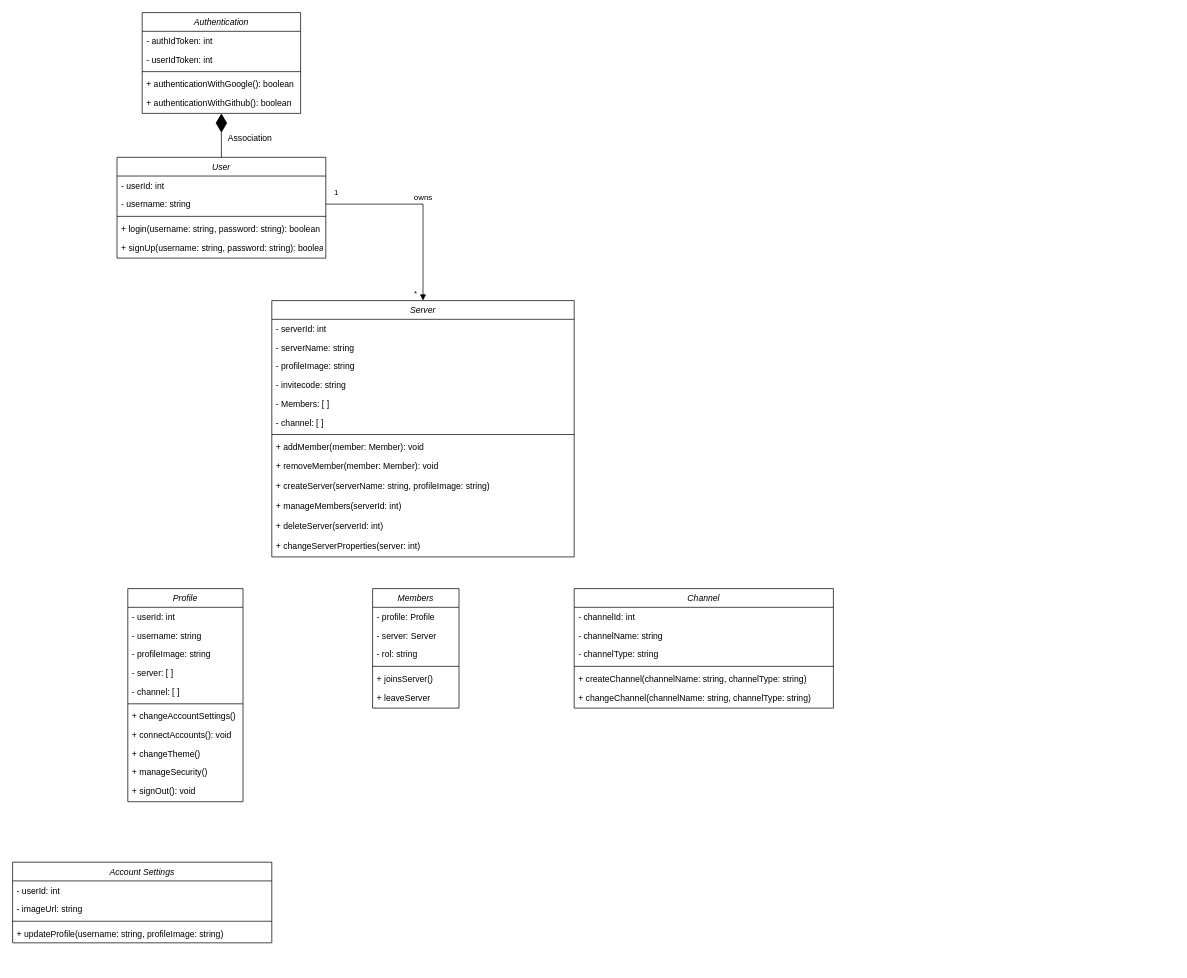
This is Class Diagram.drawio from Harshul1484/BMP-, a draw.io file, before an edit. Source tidied: cells renumbered, new cells numbered last; positions are measured from the earlier drawing's top-left corner, leaving out a move shared by most shapes. Both pictures are drawn from the tidied source at 72%, with x=0, y=0 at pixel (12, 12).
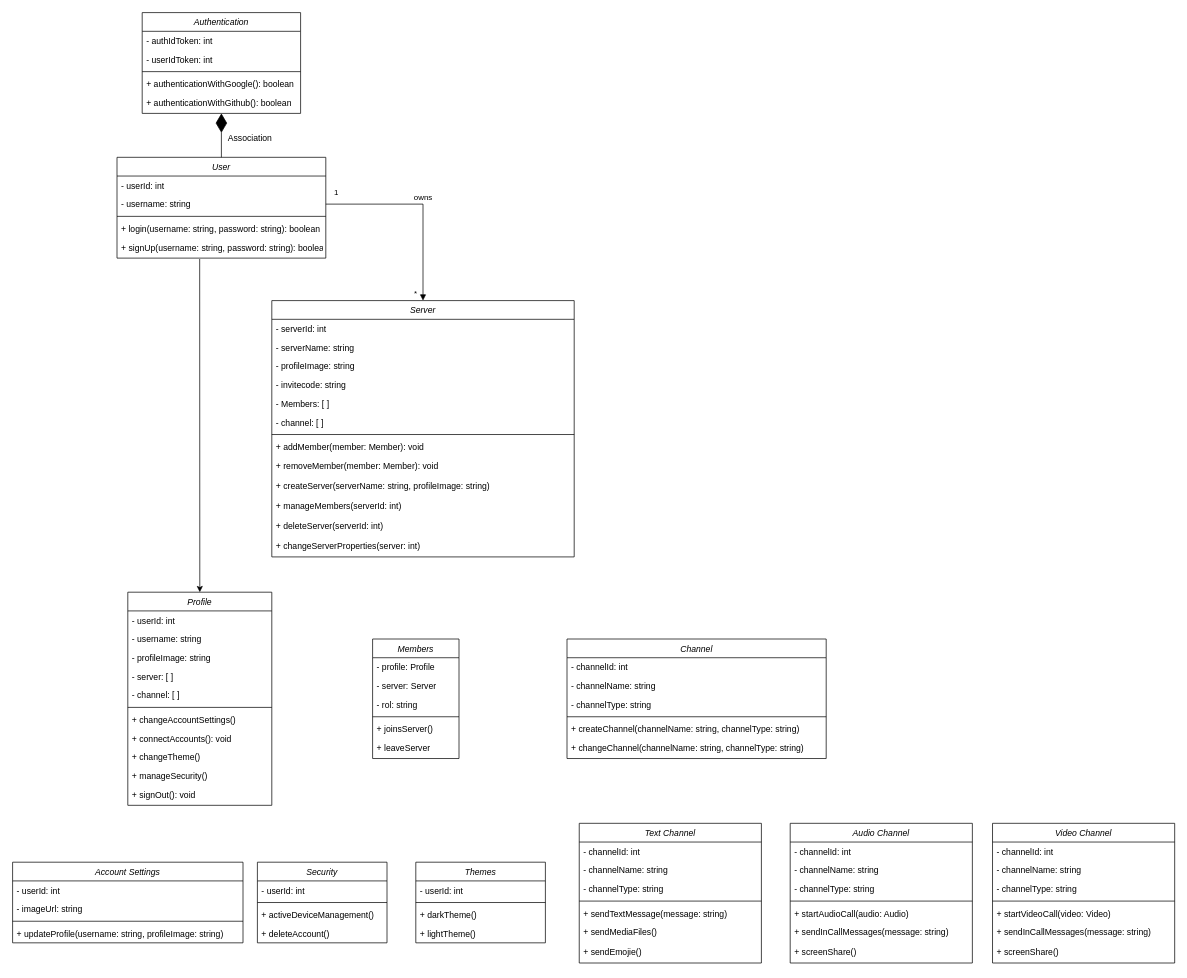
Above is the later version.

The change refers to these unchanged cells:
```xml
<mxCell id="13" value="+ signUp(username: string, password: string): boolean" style="text;align=left;verticalAlign=top;spacingLeft=4;spacingRight=4;overflow=hidden;points=[[0,0.5],[1,0.5]];portConstraint=eastwest;" parent="8" vertex="1">
  <mxGeometry y="112" width="290" height="28" as="geometry" />
</mxCell>
```

Diff of the diagram source:
```diff
@@
     <mxCell id="33" value="Channel" style="swimlane;fontStyle=2;align=center;verticalAlign=top;horizontal=1;startSize=26;rounded=0;shadow=0;strokeWidth=1;" parent="1" vertex="1">
-      <mxGeometry x="780" y="800" width="360" height="166" as="geometry" />
+      <mxGeometry x="770" y="870" width="360" height="166" as="geometry" />
     </mxCell>
@@
     <mxCell id="40" value="Profile" style="swimlane;fontStyle=2;align=center;verticalAlign=top;horizontal=1;startSize=26;rounded=0;shadow=0;strokeWidth=1;" parent="1" vertex="1">
-      <mxGeometry x="160" y="800" width="160" height="296" as="geometry" />
+      <mxGeometry x="160" y="805" width="200" height="296" as="geometry" />
     </mxCell>
     <mxCell id="41" value="- userId: int" style="text;align=left;verticalAlign=top;spacingLeft=4;spacingRight=4;overflow=hidden;" parent="40" vertex="1">
-      <mxGeometry y="26" width="160" height="26" as="geometry" />
+      <mxGeometry y="26" width="200" height="26" as="geometry" />
     </mxCell>
     <mxCell id="42" value="- username: string" style="text;align=left;verticalAlign=top;spacingLeft=4;spacingRight=4;overflow=hidden;rounded=0;shadow=0;html=0;" parent="40" vertex="1">
-      <mxGeometry y="52" width="160" height="26" as="geometry" />
+      <mxGeometry y="52" width="200" height="26" as="geometry" />
     </mxCell>
     <mxCell id="43" value="- profileImage: string" style="text;align=left;verticalAlign=top;spacingLeft=4;spacingRight=4;overflow=hidden;rounded=0;shadow=0;html=0;" parent="40" vertex="1">
-      <mxGeometry y="78" width="160" height="26" as="geometry" />
+      <mxGeometry y="78" width="200" height="26" as="geometry" />
     </mxCell>
     <mxCell id="44" value="- server: [ ]" style="text;align=left;verticalAlign=top;spacingLeft=4;spacingRight=4;overflow=hidden;rounded=0;shadow=0;html=0;" parent="40" vertex="1">
-      <mxGeometry y="104" width="160" height="26" as="geometry" />
+      <mxGeometry y="104" width="200" height="26" as="geometry" />
     </mxCell>
     <mxCell id="45" value="- channel: [ ]" style="text;align=left;verticalAlign=top;spacingLeft=4;spacingRight=4;overflow=hidden;points=[[0,0.5],[1,0.5]];portConstraint=eastwest;rounded=0;shadow=0;html=0;" parent="40" vertex="1">
-      <mxGeometry y="130" width="160" height="26" as="geometry" />
+      <mxGeometry y="130" width="200" height="26" as="geometry" />
     </mxCell>
     <mxCell id="46" style="line;html=1;strokeWidth=1;align=left;verticalAlign=middle;spacingTop=-1;spacingLeft=3;spacingRight=3;labelPosition=right;" parent="40" vertex="1">
-      <mxGeometry y="156" width="160" height="8" as="geometry" />
+      <mxGeometry y="156" width="200" height="8" as="geometry" />
     </mxCell>
     <mxCell id="47" value="+ changeAccountSettings()" style="text;align=left;verticalAlign=top;spacingLeft=4;spacingRight=4;overflow=hidden;" parent="40" vertex="1">
-      <mxGeometry y="164" width="160" height="26" as="geometry" />
+      <mxGeometry y="164" width="200" height="26" as="geometry" />
     </mxCell>
     <mxCell id="48" value="+ connectAccounts(): void" style="text;align=left;verticalAlign=top;spacingLeft=4;spacingRight=4;overflow=hidden;" parent="40" vertex="1">
-      <mxGeometry y="190" width="160" height="26" as="geometry" />
+      <mxGeometry y="190" width="200" height="26" as="geometry" />
     </mxCell>
     <mxCell id="49" value="+ changeTheme()" style="text;align=left;verticalAlign=top;spacingLeft=4;spacingRight=4;overflow=hidden;" parent="40" vertex="1">
-      <mxGeometry y="216" width="160" height="26" as="geometry" />
+      <mxGeometry y="216" width="200" height="26" as="geometry" />
     </mxCell>
     <mxCell id="50" value="+ manageSecurity()" style="text;align=left;verticalAlign=top;spacingLeft=4;spacingRight=4;overflow=hidden;" parent="40" vertex="1">
-      <mxGeometry y="242" width="160" height="26" as="geometry" />
+      <mxGeometry y="242" width="200" height="26" as="geometry" />
     </mxCell>
     <mxCell id="51" value="+ signOut(): void" style="text;align=left;verticalAlign=top;spacingLeft=4;spacingRight=4;overflow=hidden;" parent="40" vertex="1">
-      <mxGeometry y="268" width="160" height="28" as="geometry" />
+      <mxGeometry y="268" width="200" height="28" as="geometry" />
     </mxCell>
@@
     <mxCell id="53" value="Members" style="swimlane;fontStyle=2;align=center;verticalAlign=top;horizontal=1;startSize=26;rounded=0;shadow=0;strokeWidth=1;" parent="1" vertex="1">
-      <mxGeometry x="500" y="800" width="120" height="166" as="geometry" />
+      <mxGeometry x="500" y="870" width="120" height="166" as="geometry" />
     </mxCell>
@@
     <mxCell id="60" value="Account Settings" style="swimlane;fontStyle=2;align=center;verticalAlign=top;horizontal=1;startSize=26;rounded=0;shadow=0;strokeWidth=1;" parent="1" vertex="1">
-      <mxGeometry y="1180" width="360" height="112" as="geometry" />
+      <mxGeometry y="1180" width="320" height="112" as="geometry" />
     </mxCell>
     <mxCell id="61" value="- userId: int" style="text;align=left;verticalAlign=top;spacingLeft=4;spacingRight=4;overflow=hidden;" parent="60" vertex="1">
-      <mxGeometry y="26" width="360" height="26" as="geometry" />
+      <mxGeometry y="26" width="320" height="26" as="geometry" />
     </mxCell>
     <mxCell id="62" value="- imageUrl: string" style="text;align=left;verticalAlign=top;spacingLeft=4;spacingRight=4;overflow=hidden;rounded=0;shadow=0;html=0;" parent="60" vertex="1">
-      <mxGeometry y="52" width="360" height="26" as="geometry" />
+      <mxGeometry y="52" width="320" height="26" as="geometry" />
     </mxCell>
     <mxCell id="63" style="line;html=1;strokeWidth=1;align=left;verticalAlign=middle;spacingTop=-1;spacingLeft=3;spacingRight=3;labelPosition=right;" parent="60" vertex="1">
-      <mxGeometry y="78" width="360" height="8" as="geometry" />
+      <mxGeometry y="78" width="320" height="8" as="geometry" />
     </mxCell>
     <mxCell id="64" value="+ updateProfile(username: string, profileImage: string)" style="text;align=left;verticalAlign=top;spacingLeft=4;spacingRight=4;overflow=hidden;" parent="60" vertex="1">
-      <mxGeometry y="86" width="360" height="26" as="geometry" />
+      <mxGeometry y="86" width="320" height="26" as="geometry" />
     </mxCell>
+    <mxCell id="65" value="Security" style="swimlane;fontStyle=2;align=center;verticalAlign=top;horizontal=1;startSize=26;rounded=0;shadow=0;strokeWidth=1;" parent="1" vertex="1">
+      <mxGeometry x="340" y="1180" width="180" height="112" as="geometry" />
+    </mxCell>
+    <mxCell id="66" value="- userId: int" style="text;align=left;verticalAlign=top;spacingLeft=4;spacingRight=4;overflow=hidden;" parent="65" vertex="1">
+      <mxGeometry y="26" width="180" height="26" as="geometry" />
+    </mxCell>
+    <mxCell id="67" style="line;html=1;strokeWidth=1;align=left;verticalAlign=middle;spacingTop=-1;spacingLeft=3;spacingRight=3;labelPosition=right;" parent="65" vertex="1">
+      <mxGeometry y="52" width="180" height="8" as="geometry" />
+    </mxCell>
+    <mxCell id="68" value="+ activeDeviceManagement()" style="text;align=left;verticalAlign=top;spacingLeft=4;spacingRight=4;overflow=hidden;" parent="65" vertex="1">
+      <mxGeometry y="60" width="180" height="26" as="geometry" />
+    </mxCell>
+    <mxCell id="69" value="+ deleteAccount()" style="text;align=left;verticalAlign=top;spacingLeft=4;spacingRight=4;overflow=hidden;" parent="65" vertex="1">
+      <mxGeometry y="86" width="180" height="26" as="geometry" />
+    </mxCell>
+    <mxCell id="70" value="Themes" style="swimlane;fontStyle=2;align=center;verticalAlign=top;horizontal=1;startSize=26;rounded=0;shadow=0;strokeWidth=1;" parent="1" vertex="1">
+      <mxGeometry x="560" y="1180" width="180" height="112" as="geometry" />
+    </mxCell>
+    <mxCell id="71" value="- userId: int" style="text;align=left;verticalAlign=top;spacingLeft=4;spacingRight=4;overflow=hidden;" parent="70" vertex="1">
+      <mxGeometry y="26" width="180" height="26" as="geometry" />
+    </mxCell>
+    <mxCell id="72" style="line;html=1;strokeWidth=1;align=left;verticalAlign=middle;spacingTop=-1;spacingLeft=3;spacingRight=3;labelPosition=right;" parent="70" vertex="1">
+      <mxGeometry y="52" width="180" height="8" as="geometry" />
+    </mxCell>
+    <mxCell id="73" value="+ darkTheme()" style="text;align=left;verticalAlign=top;spacingLeft=4;spacingRight=4;overflow=hidden;" parent="70" vertex="1">
+      <mxGeometry y="60" width="180" height="26" as="geometry" />
+    </mxCell>
+    <mxCell id="74" value="+ lightTheme()" style="text;align=left;verticalAlign=top;spacingLeft=4;spacingRight=4;overflow=hidden;" parent="70" vertex="1">
+      <mxGeometry y="86" width="180" height="26" as="geometry" />
+    </mxCell>
+    <mxCell id="75" value="Text Channel" style="swimlane;fontStyle=2;align=center;verticalAlign=top;horizontal=1;startSize=26;rounded=0;shadow=0;strokeWidth=1;" parent="1" vertex="1">
+      <mxGeometry x="787" y="1126" width="253" height="194" as="geometry" />
+    </mxCell>
+    <mxCell id="76" value="- channelId: int" style="text;align=left;verticalAlign=top;spacingLeft=4;spacingRight=4;overflow=hidden;" parent="75" vertex="1">
+      <mxGeometry y="26" width="253" height="26" as="geometry" />
+    </mxCell>
+    <mxCell id="77" value="- channelName: string" style="text;align=left;verticalAlign=top;spacingLeft=4;spacingRight=4;overflow=hidden;rounded=0;shadow=0;html=0;" parent="75" vertex="1">
+      <mxGeometry y="52" width="253" height="26" as="geometry" />
+    </mxCell>
+    <mxCell id="78" value="- channelType: string" style="text;align=left;verticalAlign=top;spacingLeft=4;spacingRight=4;overflow=hidden;rounded=0;shadow=0;html=0;" parent="75" vertex="1">
+      <mxGeometry y="78" width="253" height="26" as="geometry" />
+    </mxCell>
+    <mxCell id="79" style="line;html=1;strokeWidth=1;align=left;verticalAlign=middle;spacingTop=-1;spacingLeft=3;spacingRight=3;labelPosition=right;" parent="75" vertex="1">
+      <mxGeometry y="104" width="253" height="8" as="geometry" />
+    </mxCell>
+    <mxCell id="80" value="+ sendTextMessage(message: string)" style="text;align=left;verticalAlign=top;spacingLeft=4;spacingRight=4;overflow=hidden;" parent="75" vertex="1">
+      <mxGeometry y="112" width="253" height="26" as="geometry" />
+    </mxCell>
+    <mxCell id="81" value="+ sendMediaFiles()" style="text;align=left;verticalAlign=top;spacingLeft=4;spacingRight=4;overflow=hidden;" parent="75" vertex="1">
+      <mxGeometry y="138" width="253" height="28" as="geometry" />
+    </mxCell>
+    <mxCell id="82" value="+ sendEmojie()" style="text;align=left;verticalAlign=top;spacingLeft=4;spacingRight=4;overflow=hidden;" parent="75" vertex="1">
+      <mxGeometry y="166" width="253" height="28" as="geometry" />
+    </mxCell>
+    <mxCell id="83" value="Audio Channel" style="swimlane;fontStyle=2;align=center;verticalAlign=top;horizontal=1;startSize=26;rounded=0;shadow=0;strokeWidth=1;" parent="1" vertex="1">
+      <mxGeometry x="1080" y="1126" width="253" height="194" as="geometry" />
+    </mxCell>
+    <mxCell id="84" value="- channelId: int" style="text;align=left;verticalAlign=top;spacingLeft=4;spacingRight=4;overflow=hidden;" parent="83" vertex="1">
+      <mxGeometry y="26" width="253" height="26" as="geometry" />
+    </mxCell>
+    <mxCell id="85" value="- channelName: string" style="text;align=left;verticalAlign=top;spacingLeft=4;spacingRight=4;overflow=hidden;rounded=0;shadow=0;html=0;" parent="83" vertex="1">
+      <mxGeometry y="52" width="253" height="26" as="geometry" />
+    </mxCell>
+    <mxCell id="86" value="- channelType: string" style="text;align=left;verticalAlign=top;spacingLeft=4;spacingRight=4;overflow=hidden;rounded=0;shadow=0;html=0;" parent="83" vertex="1">
+      <mxGeometry y="78" width="253" height="26" as="geometry" />
+    </mxCell>
+    <mxCell id="87" style="line;html=1;strokeWidth=1;align=left;verticalAlign=middle;spacingTop=-1;spacingLeft=3;spacingRight=3;labelPosition=right;" parent="83" vertex="1">
+      <mxGeometry y="104" width="253" height="8" as="geometry" />
+    </mxCell>
+    <mxCell id="88" value="+ startAudioCall(audio: Audio)" style="text;align=left;verticalAlign=top;spacingLeft=4;spacingRight=4;overflow=hidden;" parent="83" vertex="1">
+      <mxGeometry y="112" width="253" height="26" as="geometry" />
+    </mxCell>
+    <mxCell id="89" value="+ sendInCallMessages(message: string)" style="text;align=left;verticalAlign=top;spacingLeft=4;spacingRight=4;overflow=hidden;" parent="83" vertex="1">
+      <mxGeometry y="138" width="253" height="28" as="geometry" />
+    </mxCell>
+    <mxCell id="90" value="+ screenShare()" style="text;align=left;verticalAlign=top;spacingLeft=4;spacingRight=4;overflow=hidden;" parent="83" vertex="1">
+      <mxGeometry y="166" width="253" height="28" as="geometry" />
+    </mxCell>
+    <mxCell id="91" value="Video Channel" style="swimlane;fontStyle=2;align=center;verticalAlign=top;horizontal=1;startSize=26;rounded=0;shadow=0;strokeWidth=1;" parent="1" vertex="1">
+      <mxGeometry x="1361" y="1126" width="253" height="194" as="geometry" />
+    </mxCell>
+    <mxCell id="92" value="- channelId: int" style="text;align=left;verticalAlign=top;spacingLeft=4;spacingRight=4;overflow=hidden;" parent="91" vertex="1">
+      <mxGeometry y="26" width="253" height="26" as="geometry" />
+    </mxCell>
+    <mxCell id="93" value="- channelName: string" style="text;align=left;verticalAlign=top;spacingLeft=4;spacingRight=4;overflow=hidden;rounded=0;shadow=0;html=0;" parent="91" vertex="1">
+      <mxGeometry y="52" width="253" height="26" as="geometry" />
+    </mxCell>
+    <mxCell id="94" value="- channelType: string" style="text;align=left;verticalAlign=top;spacingLeft=4;spacingRight=4;overflow=hidden;rounded=0;shadow=0;html=0;" parent="91" vertex="1">
+      <mxGeometry y="78" width="253" height="26" as="geometry" />
+    </mxCell>
+    <mxCell id="95" style="line;html=1;strokeWidth=1;align=left;verticalAlign=middle;spacingTop=-1;spacingLeft=3;spacingRight=3;labelPosition=right;" parent="91" vertex="1">
+      <mxGeometry y="104" width="253" height="8" as="geometry" />
+    </mxCell>
+    <mxCell id="96" value="+ startVideoCall(video: Video)" style="text;align=left;verticalAlign=top;spacingLeft=4;spacingRight=4;overflow=hidden;" parent="91" vertex="1">
+      <mxGeometry y="112" width="253" height="26" as="geometry" />
+    </mxCell>
+    <mxCell id="97" value="+ sendInCallMessages(message: string)" style="text;align=left;verticalAlign=top;spacingLeft=4;spacingRight=4;overflow=hidden;" parent="91" vertex="1">
+      <mxGeometry y="138" width="253" height="28" as="geometry" />
+    </mxCell>
+    <mxCell id="98" value="+ screenShare()" style="text;align=left;verticalAlign=top;spacingLeft=4;spacingRight=4;overflow=hidden;" parent="91" vertex="1">
+      <mxGeometry y="166" width="253" height="28" as="geometry" />
+    </mxCell>
+    <mxCell id="99" style="endArrow=classic;html=1;rounded=0;exitX=0.396;exitY=1.044;exitDx=0;exitDy=0;exitPerimeter=0;entryX=0.5;entryY=0;entryDx=0;entryDy=0;" parent="1" edge="1" source="13" target="40">
+      <mxGeometry relative="1" as="geometry" />
+    </mxCell>
```
